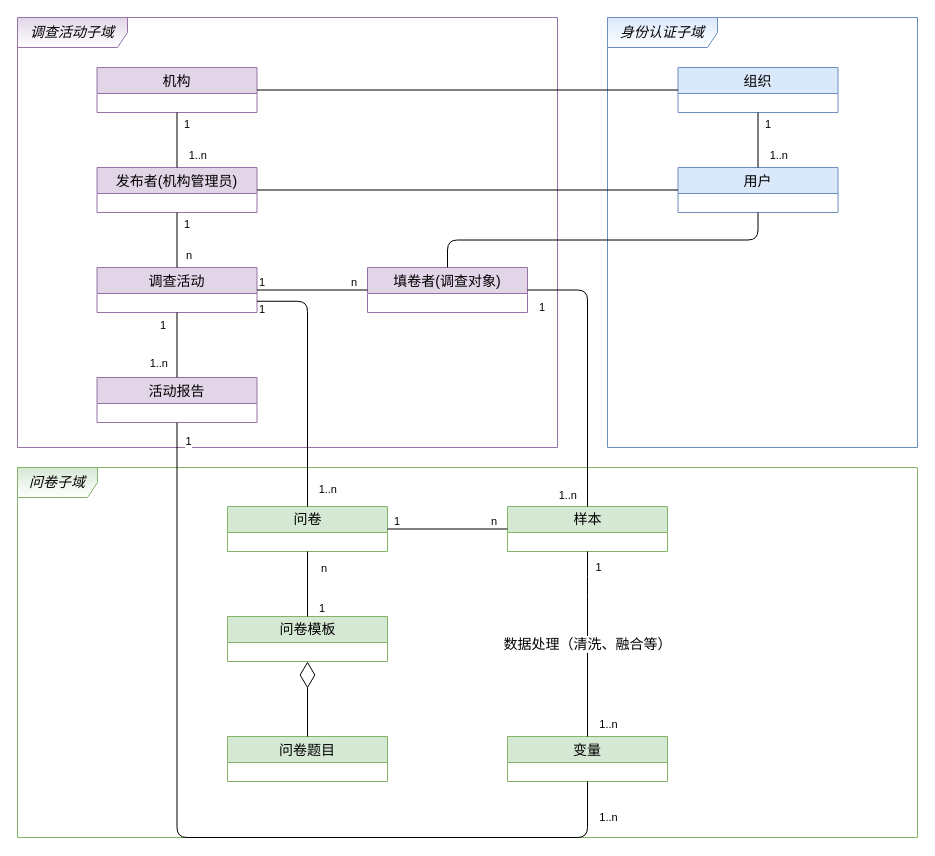
Above: page "Page-2" (2 of 2) of 教育部问卷系统 Diagram.drawio in TinlerLin/nd.exercises (draw.io), before the change. Source tidied: cells renumbered, new cells numbered last; positions are measured from the earlier drawing's top-left corner, leaving out a move shared by most shapes. Both pictures are drawn from the tidied source at 100%, with x=0, y=0 at pixel (17, 17).
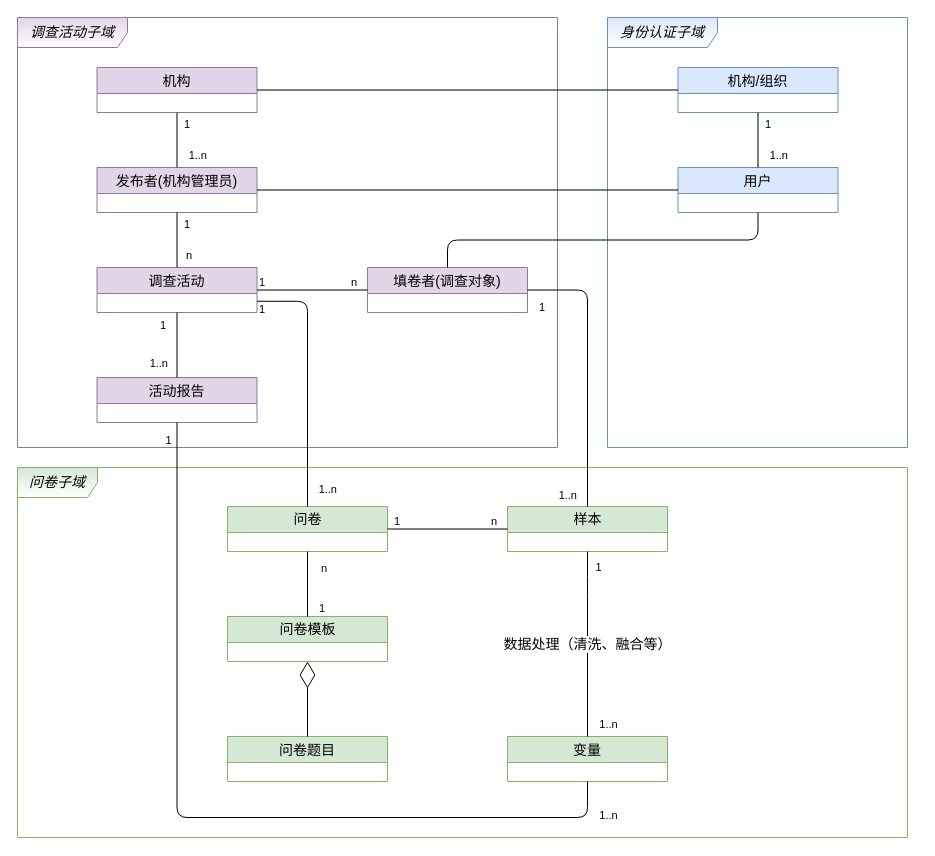
Above is the later version.

Commit message:
Update 教育部问卷系统 Diagram.drawio

Unchanged cells that the change refers to:
```xml
<mxCell id="7" value="活动报告" style="swimlane;fontStyle=0;horizontal=1;startSize=26;fillColor=#e1d5e7;fontSize=14;strokeColor=#9673a6;" parent="1" vertex="1">
  <mxGeometry x="79.5" y="360" width="160" height="45" as="geometry" />
</mxCell>
<mxCell id="21" value="变量" style="swimlane;fontStyle=0;horizontal=1;startSize=26;fillColor=#d5e8d4;fontSize=14;strokeColor=#82b366;" parent="1" vertex="1">
  <mxGeometry x="490" y="719" width="160" height="45" as="geometry" />
</mxCell>
```

Diff of the diagram source:
```diff
@@
     <mxCell id="3" value="&lt;i&gt;问卷子域&lt;/i&gt;" style="shape=umlFrame;whiteSpace=wrap;html=1;fontSize=14;width=80;height=30;strokeColor=#82b366;fillColor=#d5e8d4;gradientColor=#ffffff;swimlaneFillColor=none;shadow=0;sketch=0;" parent="1" vertex="1">
-      <mxGeometry y="450" width="900" height="370" as="geometry" />
+      <mxGeometry y="450" width="890" height="370" as="geometry" />
     </mxCell>
@@
     <mxCell id="28" style="endArrow=none;endSize=12;html=1;fontSize=14;exitX=0.5;exitY=1;exitDx=0;exitDy=0;edgeStyle=orthogonalEdgeStyle;entryX=0.5;entryY=1;entryDx=0;entryDy=0;endFill=0;" parent="1" edge="1" source="21" target="7">
       <mxGeometry relative="1" as="geometry">
         <Array as="points">
-          <mxPoint x="570" y="820" />
-          <mxPoint x="160" y="820" />
+          <mxPoint x="570" y="800" />
+          <mxPoint x="160" y="800" />
         </Array>
       </mxGeometry>
     </mxCell>
     <mxCell id="29" value="1" style="edgeLabel;html=1;align=center;verticalAlign=middle;" parent="28" vertex="1">
       <mxGeometry x="0.94" y="3" relative="1" as="geometry">
-        <mxPoint x="13.5" y="-8.5" as="offset" />
+        <mxPoint x="-6.5" y="-8.5" as="offset" />
       </mxGeometry>
     </mxCell>
@@
     <mxCell id="34" value="&lt;i&gt;身份认证子域&lt;/i&gt;" style="shape=umlFrame;whiteSpace=wrap;html=1;fontSize=14;width=110;height=30;fillColor=#dae8fc;strokeColor=#6c8ebf;gradientColor=#ffffff;gradientDirection=south;shadow=0;sketch=0;" parent="1" vertex="1">
-      <mxGeometry x="590" width="310" height="430" as="geometry" />
+      <mxGeometry x="590" width="300" height="430" as="geometry" />
     </mxCell>
@@
-    <mxCell id="43" value="组织" style="swimlane;fontStyle=0;horizontal=1;startSize=26;fillColor=#dae8fc;fontSize=14;strokeColor=#6c8ebf;" parent="1" vertex="1">
+    <mxCell id="43" value="机构/组织" style="swimlane;fontStyle=0;horizontal=1;startSize=26;fillColor=#dae8fc;fontSize=14;strokeColor=#6c8ebf;" parent="1" vertex="1">
       <mxGeometry x="660.5" y="50" width="160" height="45" as="geometry" />
     </mxCell>
```
